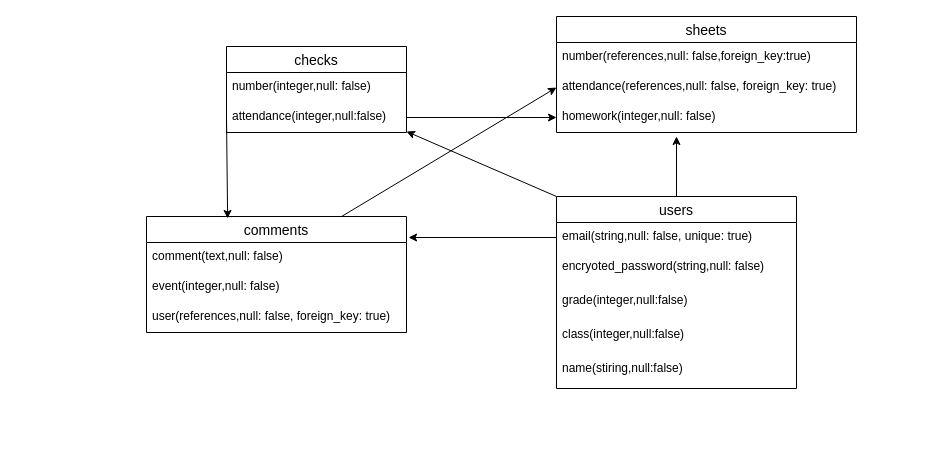
Sanaroom/easy1 keeps this draw.io diagram as er.dio. Above is the earlier version. Source tidied: cells renumbered, new cells numbered last; positions are measured from the earlier drawing's top-left corner, leaving out a move shared by most shapes. Both pictures are drawn from the tidied source at 100%, with x=0, y=0 at pixel (146, 16).
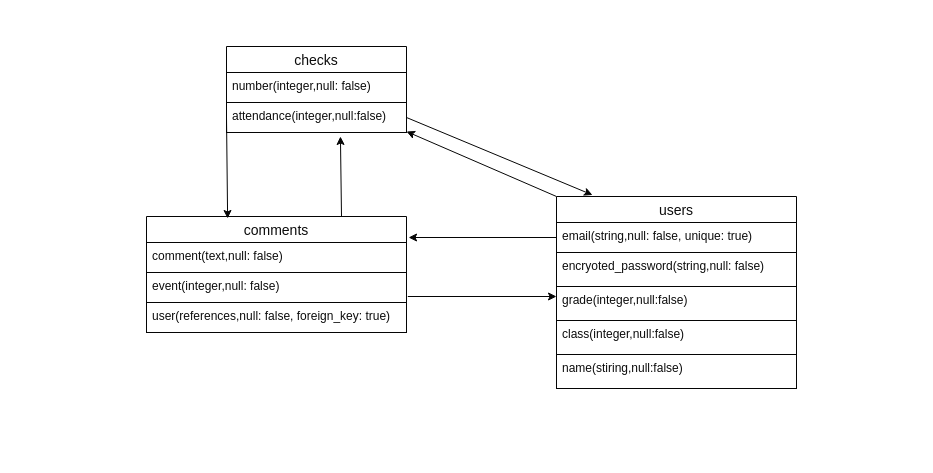
After the change.

Change to the diagram source:
```diff
@@
-<mxGraphModel>
+<mxGraphModel background="#ffffff">
@@
-    <mxCell id="2" value="checks" style="swimlane;fontStyle=0;horizontal=1;startSize=26;align=center;fontSize=14;" parent="1" vertex="1">
-      <mxGeometry x="80" y="30" width="180" height="86" as="geometry" />
-    </mxCell>
+    <mxCell id="9" value="checks" style="swimlane;fontStyle=0;horizontal=1;startSize=26;align=center;fontSize=14;fontColor=#0d0d0d;labelBorderColor=none;strokeColor=#050505;" parent="1" vertex="1">
+      <mxGeometry x="80" y="30" width="180" height="86" as="geometry" />
+    </mxCell>
-    <mxCell id="3" value="number(integer,null: false)" style="text;strokeColor=none;fillColor=none;spacingLeft=4;spacingRight=4;overflow=hidden;fontSize=12;" parent="2" vertex="1">
+    <mxCell id="3" value="number(integer,null: false)" style="text;spacingLeft=4;spacingRight=4;overflow=hidden;fontSize=12;fillColor=none;fontColor=#0d0d0d;labelBorderColor=none;strokeColor=#050505;" parent="9" vertex="1">
       <mxGeometry y="26" width="180" height="30" as="geometry" />
     </mxCell>
-    <mxCell id="4" value="attendance(integer,null:false)" style="text;strokeColor=none;fillColor=none;spacingLeft=4;spacingRight=4;overflow=hidden;points=[[0,0.5],[1,0.5]];portConstraint=eastwest;fontSize=12;" parent="2" vertex="1">
+    <mxCell id="4" value="attendance(integer,null:false)" style="text;strokeColor=#050505;fillColor=none;spacingLeft=4;spacingRight=4;overflow=hidden;points=[[0,0.5],[1,0.5]];portConstraint=eastwest;fontSize=12;fontColor=#0d0d0d;labelBorderColor=none;" parent="9" vertex="1">
       <mxGeometry y="56" width="180" height="30" as="geometry" />
     </mxCell>
-    <mxCell id="5" value="sheets" style="swimlane;fontStyle=0;horizontal=1;startSize=26;align=center;fontSize=14;" parent="1" vertex="1">
-      <mxGeometry x="410" width="300" height="116" as="geometry" />
-    </mxCell>
-    <mxCell id="6" value="number(references,null: false,foreign_key:true)" style="text;strokeColor=none;fillColor=none;spacingLeft=4;spacingRight=4;overflow=hidden;fontSize=12;" parent="5" vertex="1">
-      <mxGeometry y="26" width="300" height="30" as="geometry" />
-    </mxCell>
-    <mxCell id="7" value="attendance(references,null: false, foreign_key: true)" style="text;strokeColor=none;fillColor=none;spacingLeft=4;spacingRight=4;overflow=hidden;points=[[0,0.5],[1,0.5]];portConstraint=eastwest;fontSize=12;" parent="5" vertex="1">
-      <mxGeometry y="56" width="300" height="30" as="geometry" />
-    </mxCell>
-    <mxCell id="8" value="homework(integer,null: false)" style="text;strokeColor=none;fillColor=none;spacingLeft=4;spacingRight=4;overflow=hidden;points=[[0,0.5],[1,0.5]];portConstraint=eastwest;fontSize=12;" parent="5" vertex="1">
-      <mxGeometry y="86" width="300" height="30" as="geometry" />
-    </mxCell>
-    <mxCell id="9" style="edgeStyle=none;html=1;exitX=0.75;exitY=0;exitDx=0;exitDy=0;entryX=0;entryY=0.5;entryDx=0;entryDy=0;" parent="1" edge="1" source="10" target="7">
-      <mxGeometry relative="1" as="geometry" />
-    </mxCell>
+    <mxCell id="25" style="edgeStyle=none;html=1;exitX=0.75;exitY=0;exitDx=0;exitDy=0;entryX=0.633;entryY=1.133;entryDx=0;entryDy=0;fontColor=#0d0d0d;labelBorderColor=none;strokeColor=#050505;entryPerimeter=0;" parent="1" edge="1" source="10" target="4">
+      <mxGeometry relative="1" as="geometry" />
+    </mxCell>
-    <mxCell id="10" value="comments" style="swimlane;fontStyle=0;horizontal=1;startSize=26;align=center;fontSize=14;" parent="1" vertex="1">
+    <mxCell id="10" value="comments" style="swimlane;fontStyle=0;horizontal=1;startSize=26;align=center;fontSize=14;fontColor=#0d0d0d;labelBorderColor=none;strokeColor=#050505;" parent="1" vertex="1">
       <mxGeometry y="200" width="260" height="116" as="geometry" />
     </mxCell>
-    <mxCell id="11" value="comment(text,null: false)" style="text;strokeColor=none;fillColor=none;spacingLeft=4;spacingRight=4;overflow=hidden;fontSize=12;" parent="10" vertex="1">
+    <mxCell id="11" value="comment(text,null: false)" style="text;strokeColor=#050505;fillColor=none;spacingLeft=4;spacingRight=4;overflow=hidden;fontSize=12;fontColor=#0d0d0d;labelBorderColor=none;" parent="10" vertex="1">
       <mxGeometry y="26" width="260" height="30" as="geometry" />
     </mxCell>
-    <mxCell id="12" value="event(integer,null: false)" style="text;strokeColor=none;fillColor=none;spacingLeft=4;spacingRight=4;overflow=hidden;points=[[0,0.5],[1,0.5]];portConstraint=eastwest;fontSize=12;" parent="10" vertex="1">
+    <mxCell id="12" value="event(integer,null: false)" style="text;strokeColor=#050505;fillColor=none;spacingLeft=4;spacingRight=4;overflow=hidden;points=[[0,0.5],[1,0.5]];portConstraint=eastwest;fontSize=12;fontColor=#0d0d0d;labelBorderColor=none;" parent="10" vertex="1">
       <mxGeometry y="56" width="260" height="30" as="geometry" />
     </mxCell>
-    <mxCell id="13" value="user(references,null: false, foreign_key: true)" style="text;strokeColor=none;fillColor=none;spacingLeft=4;spacingRight=4;overflow=hidden;fontSize=12;" parent="10" vertex="1">
+    <mxCell id="13" value="user(references,null: false, foreign_key: true)" style="text;strokeColor=#050505;fillColor=none;spacingLeft=4;spacingRight=4;overflow=hidden;fontSize=12;fontColor=#0d0d0d;labelBorderColor=none;" parent="10" vertex="1">
       <mxGeometry y="86" width="260" height="30" as="geometry" />
     </mxCell>
-    <mxCell id="14" style="edgeStyle=none;html=1;exitX=0.5;exitY=0;exitDx=0;exitDy=0;" parent="1" edge="1" source="16">
-      <mxGeometry relative="1" as="geometry">
-        <mxPoint x="530" y="120" as="targetPoint" />
-      </mxGeometry>
-    </mxCell>
-    <mxCell id="15" style="edgeStyle=none;html=1;exitX=0;exitY=0;exitDx=0;exitDy=0;entryX=1;entryY=0.967;entryDx=0;entryDy=0;entryPerimeter=0;" parent="1" edge="1" source="16" target="4">
+    <mxCell id="15" style="edgeStyle=none;html=1;exitX=0;exitY=0;exitDx=0;exitDy=0;entryX=1;entryY=0.967;entryDx=0;entryDy=0;entryPerimeter=0;fontColor=#0d0d0d;labelBorderColor=none;strokeColor=#050505;" parent="1" edge="1" source="16" target="4">
       <mxGeometry relative="1" as="geometry" />
     </mxCell>
-    <mxCell id="16" value="users" style="swimlane;fontStyle=0;horizontal=1;startSize=26;align=center;fontSize=14;" parent="1" vertex="1">
+    <mxCell id="16" value="users" style="swimlane;fontStyle=0;horizontal=1;startSize=26;align=center;fontSize=14;fontColor=#0d0d0d;labelBorderColor=none;strokeColor=#050505;" parent="1" vertex="1">
       <mxGeometry x="410" y="180" width="240" height="192" as="geometry" />
     </mxCell>
-    <mxCell id="17" value="email(string,null: false, unique: true)" style="text;strokeColor=none;fillColor=none;spacingLeft=4;spacingRight=4;overflow=hidden;points=[[0,0.5],[1,0.5]];portConstraint=eastwest;fontSize=12;" parent="16" vertex="1">
+    <mxCell id="17" value="email(string,null: false, unique: true)" style="text;strokeColor=#050505;fillColor=none;spacingLeft=4;spacingRight=4;overflow=hidden;points=[[0,0.5],[1,0.5]];portConstraint=eastwest;fontSize=12;fontColor=#0d0d0d;labelBorderColor=none;" parent="16" vertex="1">
       <mxGeometry y="26" width="240" height="30" as="geometry" />
     </mxCell>
-    <mxCell id="18" value="encryoted_password(string,null: false)&#10;" style="text;strokeColor=none;fillColor=none;spacingLeft=4;spacingRight=4;overflow=hidden;fontSize=12;" parent="16" vertex="1">
+    <mxCell id="18" value="encryoted_password(string,null: false)&#10;" style="text;strokeColor=#050505;fillColor=none;spacingLeft=4;spacingRight=4;overflow=hidden;fontSize=12;fontColor=#0d0d0d;labelBorderColor=none;" parent="16" vertex="1">
       <mxGeometry y="56" width="240" height="34" as="geometry" />
     </mxCell>
-    <mxCell id="19" value="grade(integer,null:false)" style="text;strokeColor=none;fillColor=none;spacingLeft=4;spacingRight=4;overflow=hidden;fontSize=12;" parent="16" vertex="1">
+    <mxCell id="19" value="grade(integer,null:false)" style="text;strokeColor=#050505;fillColor=none;spacingLeft=4;spacingRight=4;overflow=hidden;fontSize=12;fontColor=#0d0d0d;labelBorderColor=none;" parent="16" vertex="1">
       <mxGeometry y="90" width="240" height="34" as="geometry" />
     </mxCell>
-    <mxCell id="20" value="class(integer,null:false)" style="text;strokeColor=none;fillColor=none;spacingLeft=4;spacingRight=4;overflow=hidden;fontSize=12;" parent="16" vertex="1">
+    <mxCell id="20" value="class(integer,null:false)" style="text;strokeColor=#050505;fillColor=none;spacingLeft=4;spacingRight=4;overflow=hidden;fontSize=12;fontColor=#0d0d0d;labelBorderColor=none;" parent="16" vertex="1">
       <mxGeometry y="124" width="240" height="34" as="geometry" />
     </mxCell>
-    <mxCell id="21" value="name(stiring,null:false)" style="text;strokeColor=none;fillColor=none;spacingLeft=4;spacingRight=4;overflow=hidden;fontSize=12;" parent="16" vertex="1">
+    <mxCell id="21" value="name(stiring,null:false)" style="text;strokeColor=#050505;fillColor=none;spacingLeft=4;spacingRight=4;overflow=hidden;fontSize=12;fontColor=#0d0d0d;labelBorderColor=none;" parent="16" vertex="1">
       <mxGeometry y="158" width="240" height="34" as="geometry" />
     </mxCell>
-    <mxCell id="22" style="edgeStyle=none;html=1;exitX=1;exitY=0.5;exitDx=0;exitDy=0;entryX=0;entryY=0.5;entryDx=0;entryDy=0;" parent="1" edge="1" source="4" target="8">
-      <mxGeometry relative="1" as="geometry" />
-    </mxCell>
+    <mxCell id="26" style="edgeStyle=none;html=1;exitX=1;exitY=0.5;exitDx=0;exitDy=0;fontColor=#0d0d0d;labelBorderColor=none;strokeColor=#050505;entryX=0.15;entryY=-0.008;entryDx=0;entryDy=0;entryPerimeter=0;" parent="1" edge="1" source="4" target="16">
+      <mxGeometry relative="1" as="geometry" />
+    </mxCell>
-    <mxCell id="23" style="edgeStyle=none;html=1;exitX=0;exitY=0.5;exitDx=0;exitDy=0;entryX=1.008;entryY=0.181;entryDx=0;entryDy=0;entryPerimeter=0;" parent="1" edge="1" source="17" target="10">
+    <mxCell id="23" style="edgeStyle=none;html=1;exitX=0;exitY=0.5;exitDx=0;exitDy=0;entryX=1.008;entryY=0.181;entryDx=0;entryDy=0;entryPerimeter=0;fontColor=#0d0d0d;labelBorderColor=none;strokeColor=#050505;" parent="1" edge="1" source="17" target="10">
       <mxGeometry relative="1" as="geometry" />
     </mxCell>
-    <mxCell id="24" style="edgeStyle=none;html=1;exitX=0;exitY=0.5;exitDx=0;exitDy=0;entryX=0.312;entryY=0.017;entryDx=0;entryDy=0;entryPerimeter=0;" parent="1" edge="1" source="4" target="10">
+    <mxCell id="24" style="edgeStyle=none;html=1;exitX=0;exitY=0.5;exitDx=0;exitDy=0;entryX=0.312;entryY=0.017;entryDx=0;entryDy=0;entryPerimeter=0;fontColor=#0d0d0d;labelBorderColor=none;strokeColor=#050505;" parent="1" edge="1" source="4" target="10">
       <mxGeometry relative="1" as="geometry" />
     </mxCell>
+    <mxCell id="27" style="rounded=0;whiteSpace=wrap;html=1;labelBorderColor=none;strokeColor=#FFFFFF;fontColor=#0d0d0d;fillColor=none;" parent="1" vertex="1">
+      <mxGeometry x="-130" y="10" width="900" height="430" as="geometry" />
+    </mxCell>
+    <mxCell id="28" style="edgeStyle=none;html=1;fontColor=#0d0d0d;labelBorderColor=none;strokeColor=#050505;exitX=1.005;exitY=0.8;exitDx=0;exitDy=0;exitPerimeter=0;" parent="1" edge="1" source="12">
+      <mxGeometry relative="1" as="geometry">
+        <mxPoint x="410" y="280" as="targetPoint" />
+      </mxGeometry>
+    </mxCell>
```
